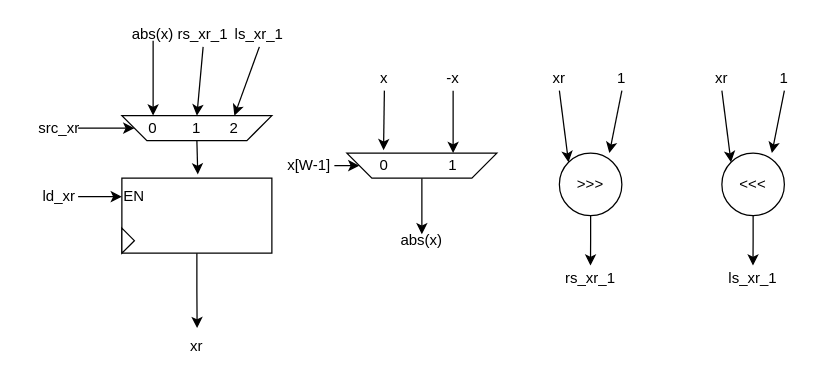
Before: DataPath_reg_x.drawio in 0xByteRush/COE302, a draw.io diagram. Source tidied: cells renumbered, new cells numbered last; positions are measured from the earlier drawing's top-left corner, leaving out a move shared by most shapes. Both pictures are drawn from the tidied source at 125%, with x=0, y=0 at pixel (21, 21).
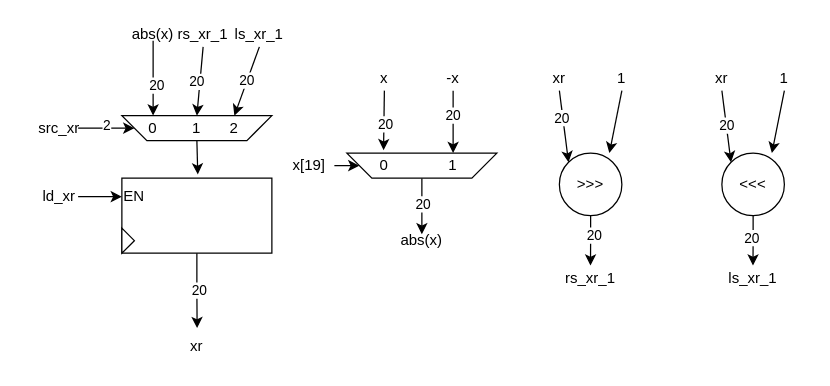
The same diagram, later.

Unchanged cells that the change refers to:
```xml
<mxCell id="2" style="edgeStyle=orthogonalEdgeStyle;rounded=0;jettySize=auto;html=1;exitX=0.5;exitY=1;exitDx=0;exitDy=0;" parent="1" edge="1" source="3">
  <mxGeometry relative="1" as="geometry">
    <mxPoint x="140.2" y="245" as="targetPoint" />
  </mxGeometry>
</mxCell>
<mxCell id="11" style="edgeStyle=orthogonalEdgeStyle;rounded=0;jettySize=auto;html=1;exitX=1;exitY=0.5;exitDx=0;exitDy=0;" parent="1" edge="1" source="12" target="9">
  <mxGeometry relative="1" as="geometry" />
</mxCell>
<mxCell id="15" value="2" style="text;html=1;whiteSpace=wrap;strokeColor=none;fillColor=none;align=center;verticalAlign=middle;rounded=0;" parent="1" vertex="1">
  <mxGeometry x="155" y="75" width="30" height="20" as="geometry" />
</mxCell>
<mxCell id="17" style="edgeStyle=orthogonalEdgeStyle;rounded=0;jettySize=auto;html=1;exitX=0.5;exitY=0;exitDx=0;exitDy=0;entryX=0.5;entryY=0;entryDx=0;entryDy=0;" parent="1" edge="1" source="18" target="16">
  <mxGeometry relative="1" as="geometry" />
</mxCell>
<mxCell id="23" style="edgeStyle=orthogonalEdgeStyle;rounded=0;jettySize=auto;html=1;exitX=0.5;exitY=1;exitDx=0;exitDy=0;entryX=0.5;entryY=0;entryDx=0;entryDy=0;" parent="1" edge="1" source="24" target="20">
  <mxGeometry relative="1" as="geometry" />
</mxCell>
<mxCell id="26" style="rounded=0;jettySize=auto;html=1;exitX=0.5;exitY=1;exitDx=0;exitDy=0;entryX=0.478;entryY=-0.116;entryDx=0;entryDy=0;entryPerimeter=0;" parent="1" edge="1" source="25" target="19">
  <mxGeometry relative="1" as="geometry" />
</mxCell>
<mxCell id="27" style="rounded=0;jettySize=auto;html=1;exitX=0.5;exitY=1;exitDx=0;exitDy=0;entryX=0.5;entryY=0;entryDx=0;entryDy=0;" parent="1" edge="1" source="28" target="13">
  <mxGeometry relative="1" as="geometry" />
</mxCell>
<mxCell id="29" style="edgeStyle=orthogonalEdgeStyle;rounded=0;jettySize=auto;html=1;exitX=0.5;exitY=1;exitDx=0;exitDy=0;" parent="1" edge="1" source="30">
  <mxGeometry relative="1" as="geometry">
    <mxPoint x="454.9" y="195" as="targetPoint" />
  </mxGeometry>
</mxCell>
<mxCell id="31" style="rounded=0;jettySize=auto;html=1;exitX=0.5;exitY=1;exitDx=0;exitDy=0;entryX=0;entryY=0;entryDx=0;entryDy=0;" parent="1" edge="1" source="32" target="30">
  <mxGeometry relative="1" as="geometry" />
</mxCell>
<mxCell id="36" style="edgeStyle=orthogonalEdgeStyle;rounded=0;jettySize=auto;html=1;exitX=0.5;exitY=1;exitDx=0;exitDy=0;" parent="1" edge="1" source="37">
  <mxGeometry relative="1" as="geometry">
    <mxPoint x="584.9" y="195" as="targetPoint" />
  </mxGeometry>
</mxCell>
<mxCell id="38" style="rounded=0;jettySize=auto;html=1;exitX=0.5;exitY=1;exitDx=0;exitDy=0;entryX=0;entryY=0;entryDx=0;entryDy=0;" parent="1" edge="1" source="39" target="37">
  <mxGeometry relative="1" as="geometry" />
</mxCell>
<mxCell id="43" style="rounded=0;jettySize=auto;html=1;exitX=0.5;exitY=1;exitDx=0;exitDy=0;entryX=0.5;entryY=0;entryDx=0;entryDy=0;" parent="1" edge="1" source="44" target="14">
  <mxGeometry relative="1" as="geometry" />
</mxCell>
<mxCell id="46" value="ls_xr_1" style="text;html=1;whiteSpace=wrap;strokeColor=none;fillColor=none;align=center;verticalAlign=middle;rounded=0;" parent="1" vertex="1">
  <mxGeometry x="170" width="40" height="20" as="geometry" />
</mxCell>
```

Change to the diagram source:
```diff
@@
+    <mxCell id="47" value="20" style="edgeLabel;html=1;align=center;verticalAlign=middle;" parent="2" vertex="1">
+      <mxGeometry x="-0.05" y="1" relative="1" as="geometry" />
+    </mxCell>
@@
+    <mxCell id="48" value="2" style="edgeLabel;html=1;align=center;verticalAlign=middle;" parent="11" vertex="1">
+      <mxGeometry x="0.16" y="3" relative="1" as="geometry" />
+    </mxCell>
@@
+    <mxCell id="49" value="20" style="edgeLabel;html=1;align=center;verticalAlign=middle;" parent="17" vertex="1">
+      <mxGeometry x="-0.11" relative="1" as="geometry" />
+    </mxCell>
@@
-    <mxCell id="22" value="x[W-1]" style="text;html=1;whiteSpace=wrap;strokeColor=none;fillColor=none;align=center;verticalAlign=middle;rounded=0;" parent="1" vertex="1">
+    <mxCell id="22" value="x[19]" style="text;html=1;whiteSpace=wrap;strokeColor=none;fillColor=none;align=center;verticalAlign=middle;rounded=0;" parent="1" vertex="1">
       <mxGeometry x="210" y="105" width="40" height="20" as="geometry" />
     </mxCell>
@@
+    <mxCell id="50" value="20" style="edgeLabel;html=1;align=center;verticalAlign=middle;" parent="23" vertex="1">
+      <mxGeometry x="-0.24" y="-1" relative="1" as="geometry" />
+    </mxCell>
@@
+    <mxCell id="51" value="20" style="edgeLabel;html=1;align=center;verticalAlign=middle;" parent="26" vertex="1">
+      <mxGeometry x="0.07" y="1" relative="1" as="geometry" />
+    </mxCell>
@@
+    <mxCell id="52" value="20" style="edgeLabel;html=1;align=center;verticalAlign=middle;" parent="27" vertex="1">
+      <mxGeometry x="0.18" y="2" relative="1" as="geometry" />
+    </mxCell>
@@
+    <mxCell id="53" value="20" style="edgeLabel;html=1;align=center;verticalAlign=middle;" parent="29" vertex="1">
+      <mxGeometry x="-0.28" y="2" relative="1" as="geometry" />
+    </mxCell>
@@
+    <mxCell id="54" value="20" style="edgeLabel;html=1;align=center;verticalAlign=middle;" parent="31" vertex="1">
+      <mxGeometry x="-0.23" y="-1" relative="1" as="geometry" />
+    </mxCell>
@@
+    <mxCell id="55" value="20" style="edgeLabel;html=1;align=center;verticalAlign=middle;" parent="36" vertex="1">
+      <mxGeometry x="-0.15" y="-2" relative="1" as="geometry" />
+    </mxCell>
@@
+    <mxCell id="56" value="20" style="edgeLabel;html=1;align=center;verticalAlign=middle;" parent="38" vertex="1">
+      <mxGeometry x="-0.02" relative="1" as="geometry" />
+    </mxCell>
@@
+    <mxCell id="57" value="20" style="edgeLabel;html=1;align=center;verticalAlign=middle;" parent="43" vertex="1">
+      <mxGeometry x="0.03" y="-3" relative="1" as="geometry" />
+    </mxCell>
@@
-    <mxCell id="45" style="rounded=0;jettySize=auto;html=1;exitX=0.5;exitY=1;exitDx=0;exitDy=0;entryX=0.5;entryY=0;entryDx=0;entryDy=0;" parent="1" edge="1" source="46" target="15">
+    <mxCell id="45" value="20" style="rounded=0;jettySize=auto;html=1;exitX=0.5;exitY=1;exitDx=0;exitDy=0;entryX=0.5;entryY=0;entryDx=0;entryDy=0;" parent="1" edge="1" source="46" target="15">
       <mxGeometry relative="1" as="geometry" />
     </mxCell>
```
